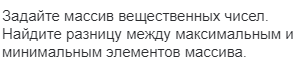
Before: Task503/diagram.drawio.png, a diagram exported from draw.io (DmitriyMorin/HomeWork). Source tidied: cells renumbered, new cells last; positions are measured from the earlier drawing's top-left corner, leaving out a move shared by most shapes.
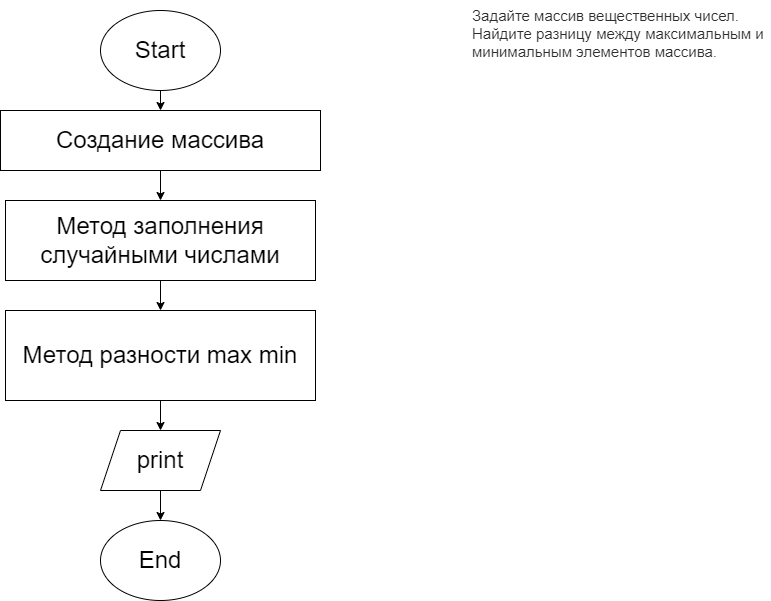
After the change.

Change to the diagram source:
```diff
@@ -5,5 +5,38 @@
     <mxCell id="2" value="&lt;span style=&quot;color: rgb(44, 45, 48); font-family: roboto, &amp;quot;san francisco&amp;quot;, &amp;quot;helvetica neue&amp;quot;, helvetica, arial; font-size: 15px; font-style: normal; font-weight: 400; letter-spacing: normal; text-indent: 0px; text-transform: none; word-spacing: 0px; background-color: rgb(255, 255, 255); display: inline; float: none;&quot;&gt;Задайте массив вещественных чисел. Найдите разницу между максимальным и минимальным элементов массива.&lt;/span&gt;" style="text;whiteSpace=wrap;html=1;" parent="1" vertex="1">
       <mxGeometry width="300" height="70" as="geometry" />
     </mxCell>
+    <mxCell id="3" style="edgeStyle=none;html=1;exitX=0.5;exitY=1;exitDx=0;exitDy=0;entryX=0.5;entryY=0;entryDx=0;entryDy=0;fontSize=24;" parent="1" edge="1" source="4" target="6">
+      <mxGeometry relative="1" as="geometry" />
+    </mxCell>
+    <mxCell id="4" value="Start" style="ellipse;whiteSpace=wrap;html=1;fontSize=24;" parent="1" vertex="1">
+      <mxGeometry x="-370" y="10" width="120" height="80" as="geometry" />
+    </mxCell>
+    <mxCell id="5" style="edgeStyle=none;html=1;exitX=0.5;exitY=1;exitDx=0;exitDy=0;entryX=0.5;entryY=0;entryDx=0;entryDy=0;fontSize=24;" parent="1" edge="1" source="6" target="8">
+      <mxGeometry relative="1" as="geometry" />
+    </mxCell>
+    <mxCell id="6" value="Создание массива" style="rounded=0;whiteSpace=wrap;html=1;fontSize=24;" parent="1" vertex="1">
+      <mxGeometry x="-470" y="110" width="320" height="60" as="geometry" />
+    </mxCell>
+    <mxCell id="7" style="edgeStyle=none;html=1;exitX=0.5;exitY=1;exitDx=0;exitDy=0;entryX=0.5;entryY=0;entryDx=0;entryDy=0;fontSize=24;" parent="1" edge="1" source="8" target="11">
+      <mxGeometry relative="1" as="geometry" />
+    </mxCell>
+    <mxCell id="8" value="Метод заполнения случайными числами" style="rounded=0;whiteSpace=wrap;html=1;fontSize=24;" parent="1" vertex="1">
+      <mxGeometry x="-465" y="200" width="310" height="80" as="geometry" />
+    </mxCell>
+    <mxCell id="9" value="End" style="ellipse;whiteSpace=wrap;html=1;fontSize=24;" parent="1" vertex="1">
+      <mxGeometry x="-370" y="520" width="120" height="80" as="geometry" />
+    </mxCell>
+    <mxCell id="10" style="edgeStyle=none;html=1;exitX=0.5;exitY=1;exitDx=0;exitDy=0;entryX=0.5;entryY=0;entryDx=0;entryDy=0;fontSize=24;" parent="1" edge="1" source="11" target="13">
+      <mxGeometry relative="1" as="geometry" />
+    </mxCell>
+    <mxCell id="11" value="Метод разности max min" style="rounded=0;whiteSpace=wrap;html=1;fontSize=24;" parent="1" vertex="1">
+      <mxGeometry x="-465" y="310" width="310" height="90" as="geometry" />
+    </mxCell>
+    <mxCell id="12" style="edgeStyle=none;html=1;exitX=0.5;exitY=1;exitDx=0;exitDy=0;entryX=0.5;entryY=0;entryDx=0;entryDy=0;fontSize=24;" parent="1" edge="1" source="13" target="9">
+      <mxGeometry relative="1" as="geometry" />
+    </mxCell>
+    <mxCell id="13" value="print" style="shape=parallelogram;perimeter=parallelogramPerimeter;whiteSpace=wrap;html=1;fixedSize=1;fontSize=24;" parent="1" vertex="1">
+      <mxGeometry x="-370" y="430" width="120" height="60" as="geometry" />
+    </mxCell>
   </root>
 </mxGraphModel>
```
